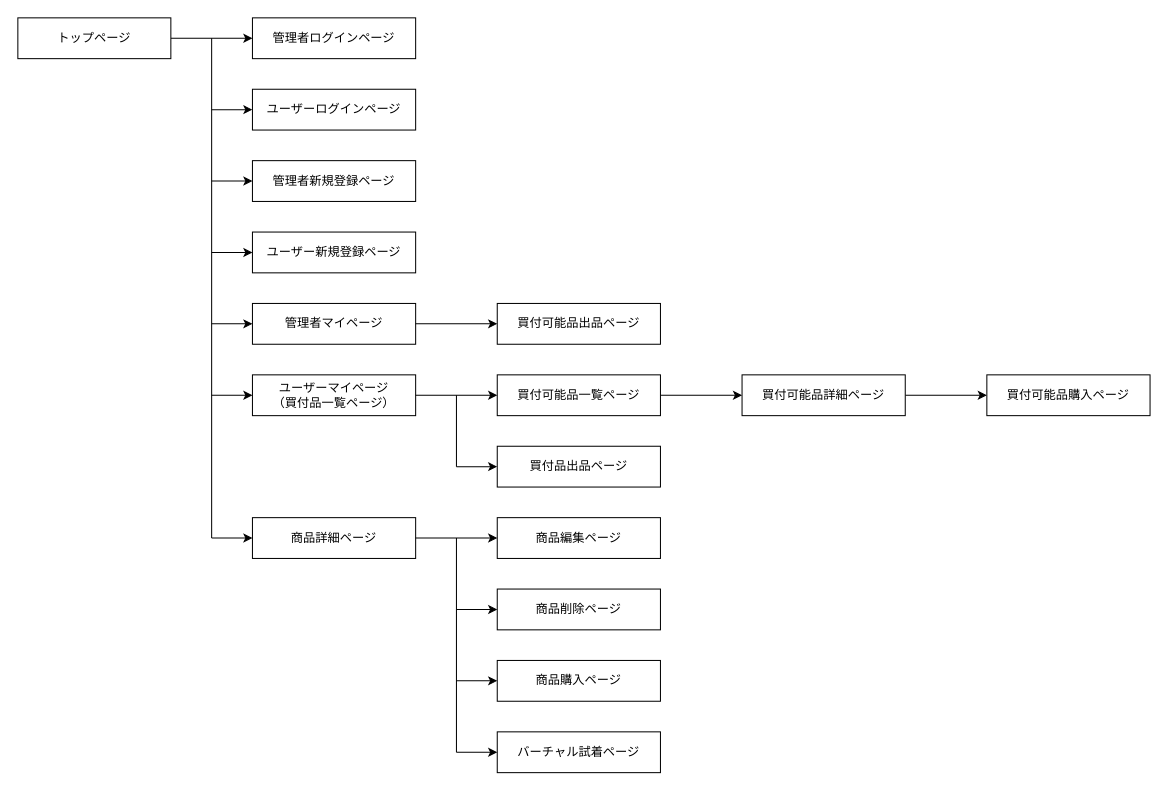
Above: transition.dio in datiko1115/baton_app5 (draw.io), before the change. Source tidied: cells renumbered, new cells numbered last; positions are measured from the earlier drawing's top-left corner, leaving out a move shared by most shapes. Both pictures are drawn from the tidied source at 102%, with x=0, y=0 at pixel (17, 17).
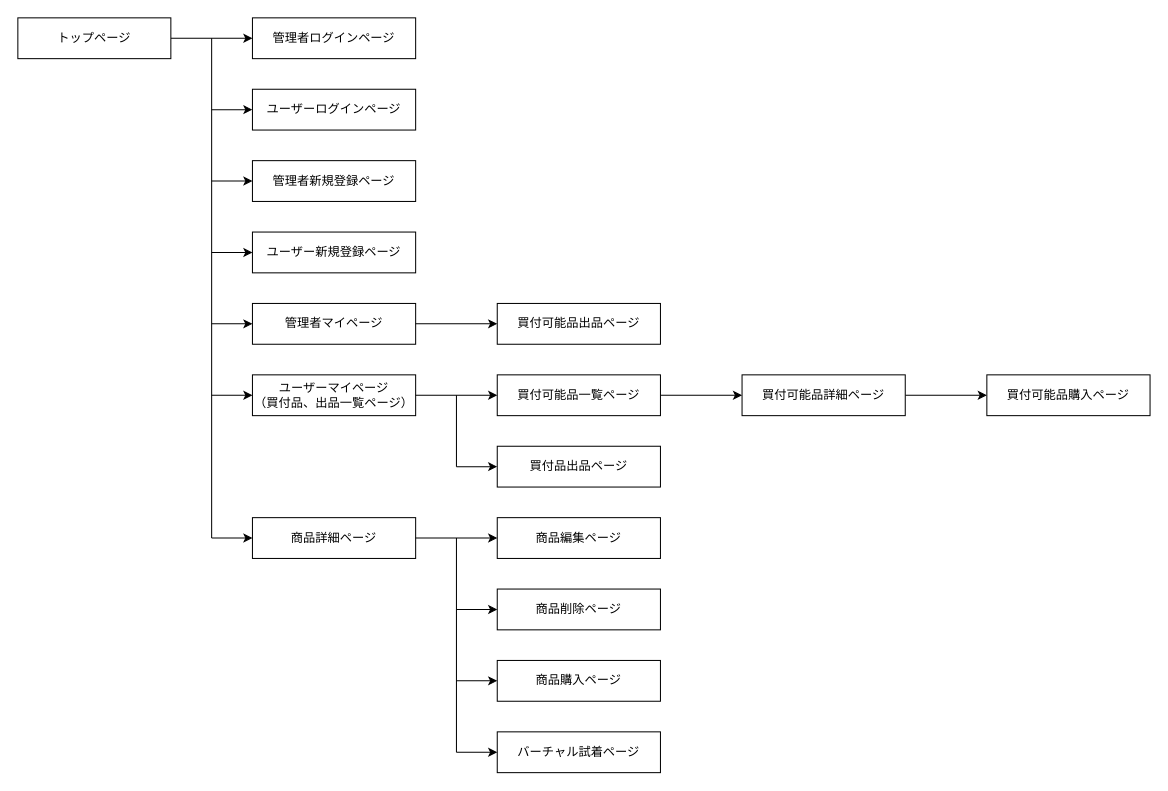
Above is the later version.

Change to the diagram source:
```diff
@@
-    <mxCell id="10" value="ユーザーマイページ&lt;br&gt;（買付品一覧ページ）" style="whiteSpace=wrap;html=1;align=center;" parent="1" vertex="1">
+    <mxCell id="10" value="ユーザーマイページ&lt;br&gt;（買付品、出品一覧ページ）" style="whiteSpace=wrap;html=1;align=center;" parent="1" vertex="1">
       <mxGeometry x="230" y="350" width="160" height="40" as="geometry" />
     </mxCell>
```
